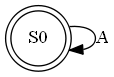
This is AFD_201700733/AFD2.png from ByLy23/Regexitive-AFD-converter, a Graphviz export, as it was before one commit. Its source is kept beside it as Dot/AFD2.dot.
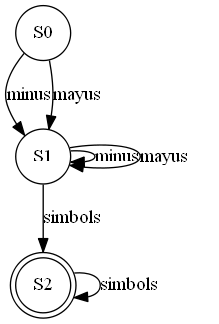
The same file after the commit.

Diff of the diagram source:
```diff
@@ -1,5 +1,12 @@
 digraph AFD{
-S0[label="S0" shape=doublecircle];
-S0 -> S0[label="A"];
+S0[label="S0" shape=circle];
+S0 -> S1[label="minus"];
+S0 -> S1[label="mayus"];
+S1[label="S1" shape=circle];
+S1 -> S2[label="simbols"];
+S1 -> S1[label="minus"];
+S1 -> S1[label="mayus"];
+S2[label="S2" shape=doublecircle];
+S2 -> S2[label="simbols"];
 
 }
```
